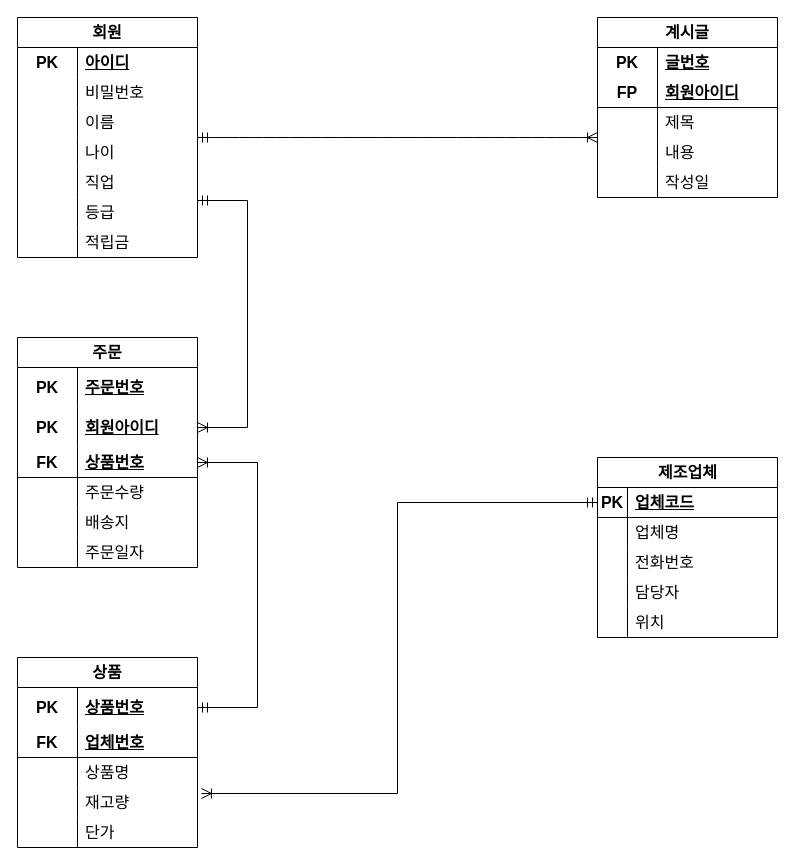
DODODODWODODOO/oraclesource keeps this draw.io diagram as page "페이지-2" (2 of 2) of 한빛마트.drawio. Above is the earlier version. Source tidied: cells renumbered, new cells numbered last; positions are measured from the earlier drawing's top-left corner, leaving out a move shared by most shapes. Both pictures are drawn from the tidied source at 100%, with x=0, y=0 at pixel (17, 17).
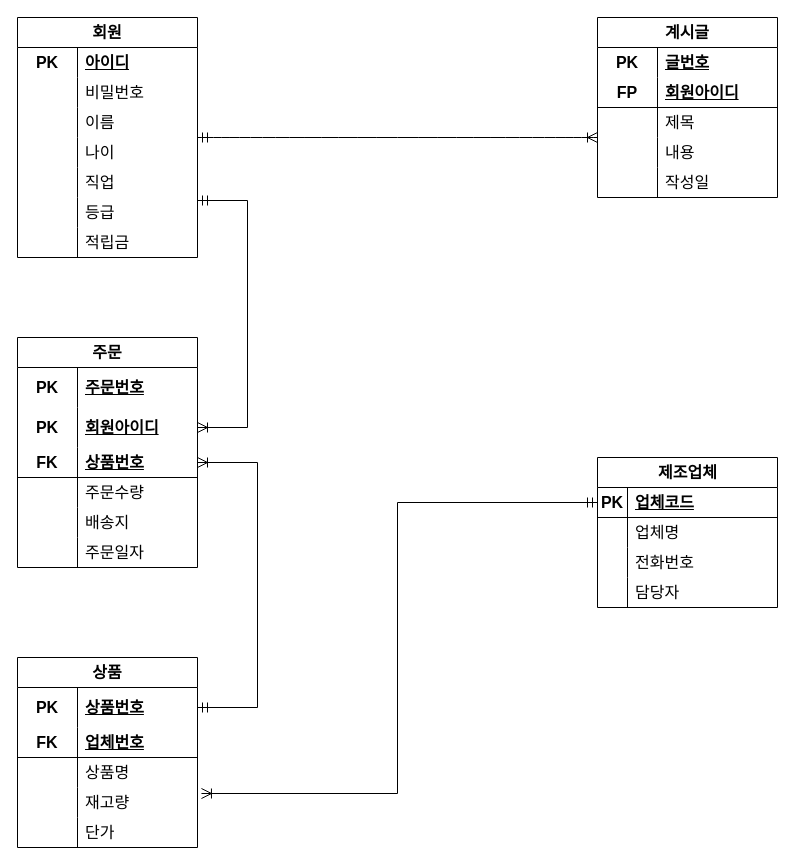
After the change.

Commit message:
한빛마트.drawio 업데이트

Diff of the diagram source:
```diff
@@
     <mxCell id="80" value="제조업체" style="shape=table;startSize=30;childLayout=tableLayout;rowLines=0;fontStyle=1;align=center;html=1;fontSize=16;" parent="1" vertex="1">
-      <mxGeometry x="580" y="440" width="180" height="180" as="geometry" />
+      <mxGeometry x="580" y="440" width="180" height="150" as="geometry" />
     </mxCell>
@@
-    <mxCell id="93" style="shape=tableRow;horizontal=0;startSize=0;swimlaneHead=0;swimlaneBody=0;fillColor=none;top=0;left=0;right=0;bottom=0;fontSize=16;" parent="80" vertex="1">
-      <mxGeometry y="150" width="180" height="30" as="geometry" />
-    </mxCell>
-    <mxCell id="94" style="shape=partialRectangle;fillColor=none;top=0;left=0;bottom=0;right=0;overflow=hidden;whiteSpace=wrap;html=1;fontSize=16;" parent="93" vertex="1">
-      <mxGeometry width="30" height="30" as="geometry" />
-    </mxCell>
-    <mxCell id="95" value="위치" style="shape=partialRectangle;fillColor=none;top=0;left=0;bottom=0;right=0;align=left;spacingLeft=6;overflow=hidden;whiteSpace=wrap;html=1;fontSize=16;" parent="93" vertex="1">
-      <mxGeometry x="30" width="150" height="30" as="geometry" />
-    </mxCell>
```
